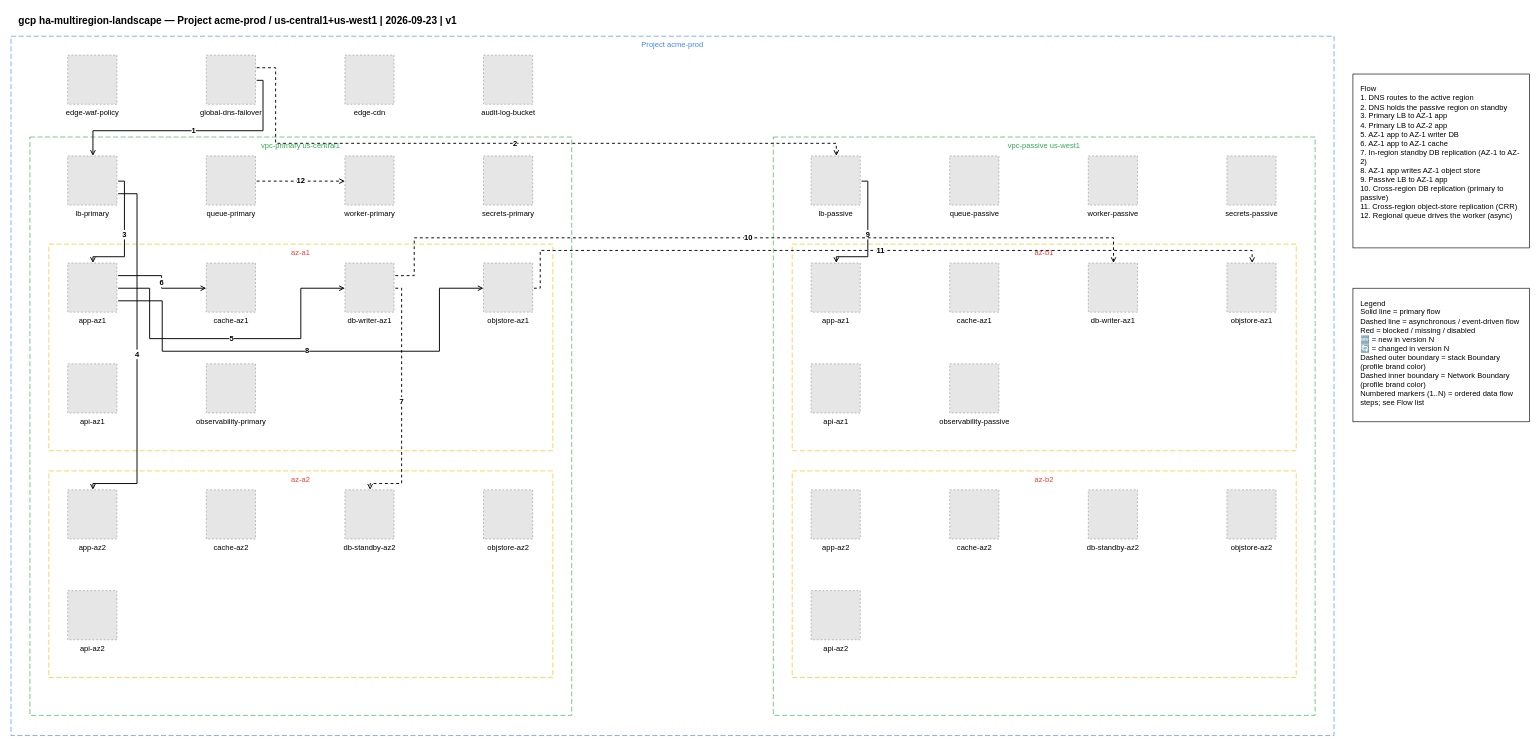
totoshko88/Cloud_Architecture keeps this draw.io diagram as examples/gcp/02-gcp-ha-multiregion-landscape.drawio. Above is the earlier version. Source tidied: cells renumbered, new cells numbered last; positions are measured from the earlier drawing's top-left corner, leaving out a move shared by most shapes. Both pictures are drawn from the tidied source at 63%, with x=0, y=0 at pixel (11, 11). Pictures stored in the file or linked from it are replaced by grey dashed boxes.
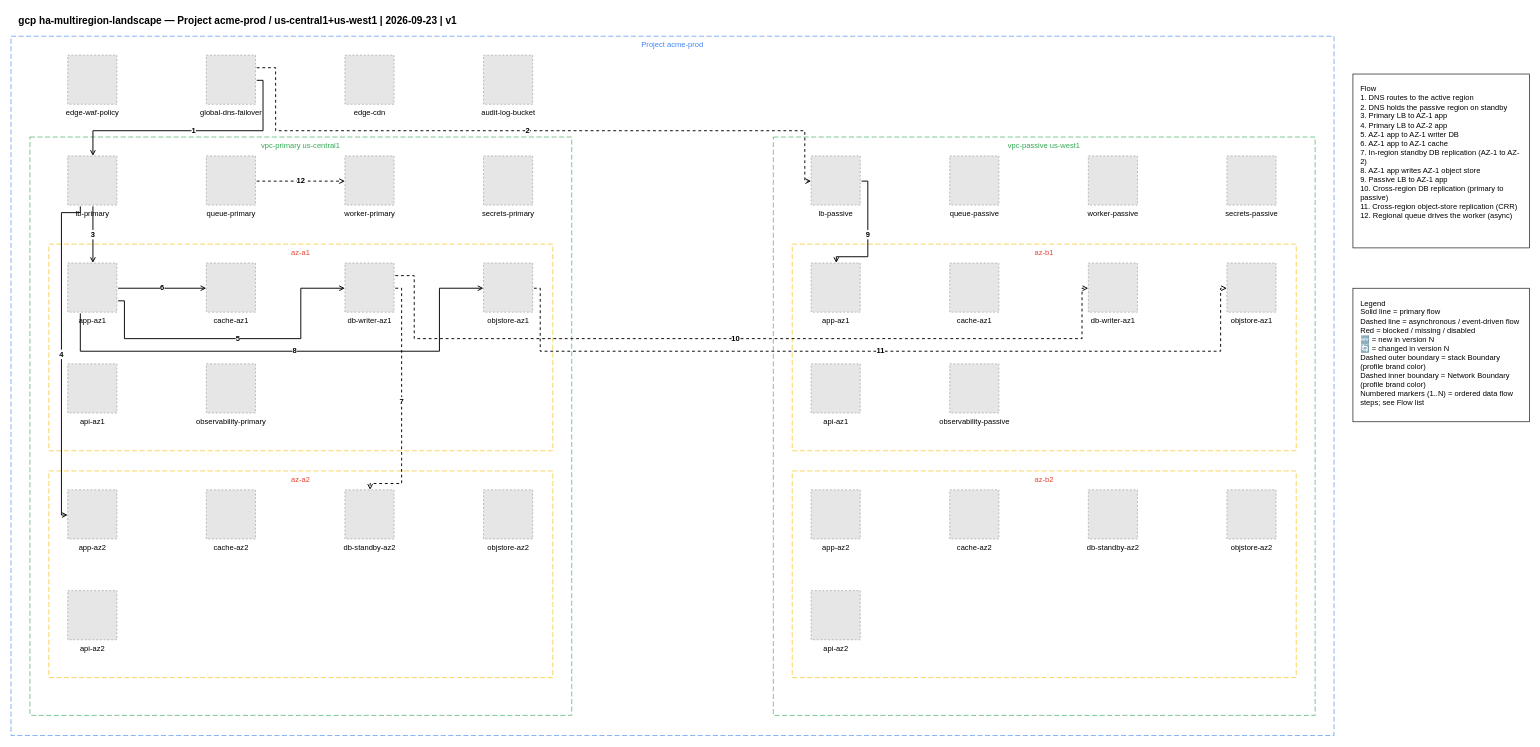
The same page after the edit.

Unchanged cells that the change refers to:
```xml
<mxCell id="11" value="global-dns-failover" style="fillColor=#E6E6E6;strokeColor=#999999;dashed=1;verticalLabelPosition=bottom;verticalAlign=top;html=1;align=center;fontSize=12;" parent="1" vertex="1">
  <mxGeometry x="310" y="70" width="78" height="78" as="geometry" />
</mxCell>
<mxCell id="14" value="lb-primary" style="fillColor=#E6E6E6;strokeColor=#999999;dashed=1;verticalLabelPosition=bottom;verticalAlign=top;html=1;align=center;fontSize=12;" parent="1" vertex="1">
  <mxGeometry x="90" y="230" width="78" height="78" as="geometry" />
</mxCell>
<mxCell id="18" value="db-writer-az1" style="fillColor=#E6E6E6;strokeColor=#999999;dashed=1;verticalLabelPosition=bottom;verticalAlign=top;html=1;align=center;fontSize=12;" parent="1" vertex="1">
  <mxGeometry x="530" y="400" width="78" height="78" as="geometry" />
</mxCell>
<mxCell id="19" value="objstore-az1" style="fillColor=#E6E6E6;strokeColor=#999999;dashed=1;verticalLabelPosition=bottom;verticalAlign=top;html=1;align=center;fontSize=12;" parent="1" vertex="1">
  <mxGeometry x="750" y="400" width="78" height="78" as="geometry" />
</mxCell>
<mxCell id="20" value="app-az1" style="fillColor=#E6E6E6;strokeColor=#999999;dashed=1;verticalLabelPosition=bottom;verticalAlign=top;html=1;align=center;fontSize=12;" parent="1" vertex="1">
  <mxGeometry x="90" y="400" width="78" height="78" as="geometry" />
</mxCell>
<mxCell id="22" value="cache-az1" style="fillColor=#E6E6E6;strokeColor=#999999;dashed=1;verticalLabelPosition=bottom;verticalAlign=top;html=1;align=center;fontSize=12;" parent="1" vertex="1">
  <mxGeometry x="310" y="400" width="78" height="78" as="geometry" />
</mxCell>
<mxCell id="26" value="app-az2" style="fillColor=#E6E6E6;strokeColor=#999999;dashed=1;verticalLabelPosition=bottom;verticalAlign=top;html=1;align=center;fontSize=12;" parent="1" vertex="1">
  <mxGeometry x="90" y="760" width="78" height="78" as="geometry" />
</mxCell>
<mxCell id="29" value="lb-passive" style="fillColor=#E6E6E6;strokeColor=#999999;dashed=1;verticalLabelPosition=bottom;verticalAlign=top;html=1;align=center;fontSize=12;" parent="1" vertex="1">
  <mxGeometry x="1270" y="230" width="78" height="78" as="geometry" />
</mxCell>
<mxCell id="33" value="db-writer-az1" style="fillColor=#E6E6E6;strokeColor=#999999;dashed=1;verticalLabelPosition=bottom;verticalAlign=top;html=1;align=center;fontSize=12;" parent="1" vertex="1">
  <mxGeometry x="1710" y="400" width="78" height="78" as="geometry" />
</mxCell>
<mxCell id="34" value="objstore-az1" style="fillColor=#E6E6E6;strokeColor=#999999;dashed=1;verticalLabelPosition=bottom;verticalAlign=top;html=1;align=center;fontSize=12;" parent="1" vertex="1">
  <mxGeometry x="1930" y="400" width="78" height="78" as="geometry" />
</mxCell>
```

Change to the diagram source:
```diff
@@
-    <mxCell id="45" value="2" style="edgeStyle=orthogonalEdgeStyle;rounded=0;html=1;endArrow=open;endFill=0;strokeWidth=1.5;dashed=1;exitX=1.0256410256410255;exitY=0.2564102564102564;exitDx=0;exitDy=0;exitPerimeter=0;entryX=0.5128205128205128;entryY=0.0;entryDx=0;entryDy=0;fontSize=12;fontStyle=1;" parent="1" edge="1" source="11" target="29">
+    <mxCell id="45" value="2" style="edgeStyle=orthogonalEdgeStyle;rounded=0;html=1;endArrow=open;endFill=0;strokeWidth=1.5;dashed=1;exitX=1.0256410256410255;exitY=0.2564102564102564;exitDx=0;exitDy=0;exitPerimeter=0;entryX=0.0;entryY=0.5128205128205128;entryDx=0;entryDy=0;fontSize=12;fontStyle=1;" parent="1" edge="1" source="11" target="29">
       <mxGeometry relative="1" as="geometry">
         <Array as="points">
           <mxPoint x="420" y="90" />
-          <mxPoint x="420" y="210" />
-          <mxPoint x="1310" y="210" />
-          <mxPoint x="1310" y="230" />
+          <mxPoint x="420" y="190" />
+          <mxPoint x="1260" y="190" />
+          <mxPoint x="1260" y="270" />
         </Array>
       </mxGeometry>
     </mxCell>
-    <mxCell id="46" value="3" style="edgeStyle=orthogonalEdgeStyle;rounded=0;html=1;endArrow=open;endFill=0;strokeWidth=1.5;exitX=1.0256410256410255;exitY=0.5128205128205128;exitDx=0;exitDy=0;exitPerimeter=0;entryX=0.5128205128205128;entryY=0.0;entryDx=0;entryDy=0;fontSize=12;fontStyle=1;" parent="1" edge="1" source="14" target="20">
-      <mxGeometry relative="1" as="geometry">
-        <Array as="points">
-          <mxPoint x="180" y="270" />
-          <mxPoint x="180" y="390" />
-          <mxPoint x="130" y="390" />
-          <mxPoint x="130" y="400" />
-        </Array>
-      </mxGeometry>
+    <mxCell id="46" value="3" style="edgeStyle=orthogonalEdgeStyle;rounded=0;html=1;endArrow=open;endFill=0;strokeWidth=1.5;exitX=0.5128205128205128;exitY=1.0256410256410255;exitDx=0;exitDy=0;exitPerimeter=0;entryX=0.5128205128205128;entryY=0.0;entryDx=0;entryDy=0;fontSize=12;fontStyle=1;" parent="1" edge="1" source="14" target="20">
+      <mxGeometry relative="1" as="geometry" />
     </mxCell>
-    <mxCell id="47" value="4" style="edgeStyle=orthogonalEdgeStyle;rounded=0;html=1;endArrow=open;endFill=0;strokeWidth=1.5;exitX=1.0256410256410255;exitY=0.7692307692307693;exitDx=0;exitDy=0;exitPerimeter=0;entryX=0.5128205128205128;entryY=0.0;entryDx=0;entryDy=0;fontSize=12;fontStyle=1;" parent="1" edge="1" source="14" target="26">
+    <mxCell id="47" value="4" style="edgeStyle=orthogonalEdgeStyle;rounded=0;html=1;endArrow=open;endFill=0;strokeWidth=1.5;exitX=0.2564102564102564;exitY=1.0256410256410255;exitDx=0;exitDy=0;exitPerimeter=0;entryX=0.0;entryY=0.5128205128205128;entryDx=0;entryDy=0;fontSize=12;fontStyle=1;" parent="1" edge="1" source="14" target="26">
       <mxGeometry relative="1" as="geometry">
         <Array as="points">
-          <mxPoint x="200" y="290" />
-          <mxPoint x="200" y="750" />
-          <mxPoint x="130" y="750" />
-          <mxPoint x="130" y="760" />
+          <mxPoint x="110" y="320" />
+          <mxPoint x="80" y="320" />
+          <mxPoint x="80" y="800" />
         </Array>
       </mxGeometry>
     </mxCell>
-    <mxCell id="48" value="5" style="edgeStyle=orthogonalEdgeStyle;rounded=0;html=1;endArrow=open;endFill=0;strokeWidth=1.5;exitX=1.0256410256410255;exitY=0.5128205128205128;exitDx=0;exitDy=0;exitPerimeter=0;entryX=0.0;entryY=0.5128205128205128;entryDx=0;entryDy=0;fontSize=12;fontStyle=1;" parent="1" edge="1" source="20" target="18">
+    <mxCell id="48" value="5" style="edgeStyle=orthogonalEdgeStyle;rounded=0;html=1;endArrow=open;endFill=0;strokeWidth=1.5;exitX=1.0256410256410255;exitY=0.7692307692307693;exitDx=0;exitDy=0;exitPerimeter=0;entryX=0.0;entryY=0.5128205128205128;entryDx=0;entryDy=0;fontSize=12;fontStyle=1;" parent="1" edge="1" source="20" target="18">
       <mxGeometry relative="1" as="geometry">
         <Array as="points">
-          <mxPoint x="220" y="440" />
-          <mxPoint x="220" y="520" />
+          <mxPoint x="180" y="460" />
+          <mxPoint x="180" y="520" />
           <mxPoint x="460" y="520" />
           <mxPoint x="460" y="440" />
         </Array>
       </mxGeometry>
     </mxCell>
-    <mxCell id="49" value="6" style="edgeStyle=orthogonalEdgeStyle;rounded=0;html=1;endArrow=open;endFill=0;strokeWidth=1.5;exitX=1.0256410256410255;exitY=0.2564102564102564;exitDx=0;exitDy=0;exitPerimeter=0;entryX=0.0;entryY=0.5128205128205128;entryDx=0;entryDy=0;fontSize=12;fontStyle=1;" parent="1" edge="1" source="20" target="22">
+    <mxCell id="49" value="6" style="edgeStyle=orthogonalEdgeStyle;rounded=0;html=1;endArrow=open;endFill=0;strokeWidth=1.5;exitX=1.0256410256410255;exitY=0.5128205128205128;exitDx=0;exitDy=0;exitPerimeter=0;entryX=0.0;entryY=0.5128205128205128;entryDx=0;entryDy=0;fontSize=12;fontStyle=1;" parent="1" edge="1" source="20" target="22">
       <mxGeometry relative="1" as="geometry" />
     </mxCell>
@@
-    <mxCell id="51" value="8" style="edgeStyle=orthogonalEdgeStyle;rounded=0;html=1;endArrow=open;endFill=0;strokeWidth=1.5;exitX=1.0256410256410255;exitY=0.7692307692307693;exitDx=0;exitDy=0;exitPerimeter=0;entryX=0.0;entryY=0.5128205128205128;entryDx=0;entryDy=0;fontSize=12;fontStyle=1;" parent="1" edge="1" source="20" target="19">
+    <mxCell id="51" value="8" style="edgeStyle=orthogonalEdgeStyle;rounded=0;html=1;endArrow=open;endFill=0;strokeWidth=1.5;exitX=0.2564102564102564;exitY=1.0256410256410255;exitDx=0;exitDy=0;exitPerimeter=0;entryX=0.0;entryY=0.5128205128205128;entryDx=0;entryDy=0;fontSize=12;fontStyle=1;" parent="1" edge="1" source="20" target="19">
       <mxGeometry relative="1" as="geometry">
         <Array as="points">
-          <mxPoint x="240" y="460" />
-          <mxPoint x="240" y="540" />
+          <mxPoint x="110" y="540" />
           <mxPoint x="680" y="540" />
           <mxPoint x="680" y="440" />
         </Array>
       </mxGeometry>
     </mxCell>
@@
-    <mxCell id="53" value="10" style="edgeStyle=orthogonalEdgeStyle;rounded=0;html=1;endArrow=open;endFill=0;strokeWidth=1.5;dashed=1;exitX=1.0256410256410255;exitY=0.2564102564102564;exitDx=0;exitDy=0;exitPerimeter=0;entryX=0.5128205128205128;entryY=0.0;entryDx=0;entryDy=0;fontSize=12;fontStyle=1;" parent="1" edge="1" source="18" target="33">
+    <mxCell id="53" value="10" style="edgeStyle=orthogonalEdgeStyle;rounded=0;html=1;endArrow=open;endFill=0;strokeWidth=1.5;dashed=1;exitX=1.0256410256410255;exitY=0.2564102564102564;exitDx=0;exitDy=0;exitPerimeter=0;entryX=0.0;entryY=0.5128205128205128;entryDx=0;entryDy=0;fontSize=12;fontStyle=1;" parent="1" edge="1" source="18" target="33">
       <mxGeometry relative="1" as="geometry">
         <Array as="points">
           <mxPoint x="640" y="420" />
-          <mxPoint x="640" y="360" />
-          <mxPoint x="1750" y="360" />
-          <mxPoint x="1750" y="400" />
+          <mxPoint x="640" y="520" />
+          <mxPoint x="1700" y="520" />
+          <mxPoint x="1700" y="440" />
         </Array>
       </mxGeometry>
     </mxCell>
-    <mxCell id="54" value="11" style="edgeStyle=orthogonalEdgeStyle;rounded=0;html=1;endArrow=open;endFill=0;strokeWidth=1.5;dashed=1;exitX=1.0256410256410255;exitY=0.5128205128205128;exitDx=0;exitDy=0;exitPerimeter=0;entryX=0.5128205128205128;entryY=0.0;entryDx=0;entryDy=0;fontSize=12;fontStyle=1;" parent="1" edge="1" source="19" target="34">
+    <mxCell id="54" value="11" style="edgeStyle=orthogonalEdgeStyle;rounded=0;html=1;endArrow=open;endFill=0;strokeWidth=1.5;dashed=1;exitX=1.0256410256410255;exitY=0.5128205128205128;exitDx=0;exitDy=0;exitPerimeter=0;entryX=0.0;entryY=0.5128205128205128;entryDx=0;entryDy=0;fontSize=12;fontStyle=1;" parent="1" edge="1" source="19" target="34">
       <mxGeometry relative="1" as="geometry">
         <Array as="points">
           <mxPoint x="840" y="440" />
-          <mxPoint x="840" y="380" />
-          <mxPoint x="1970" y="380" />
-          <mxPoint x="1970" y="400" />
+          <mxPoint x="840" y="540" />
+          <mxPoint x="1920" y="540" />
+          <mxPoint x="1920" y="440" />
         </Array>
       </mxGeometry>
     </mxCell>
```
